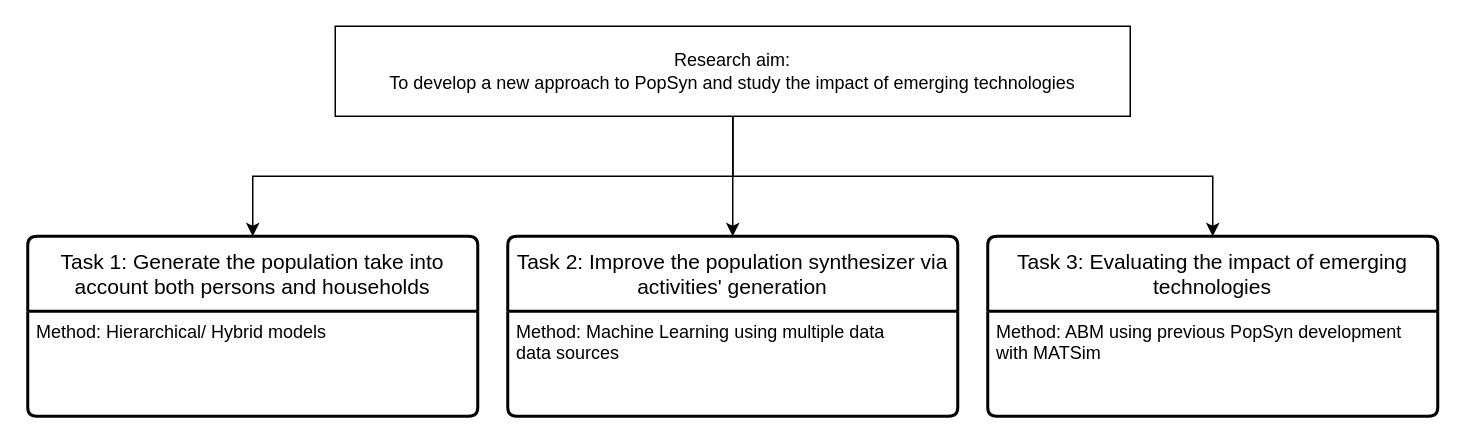
Before: simple_BN_learn/researchaim.drawio in bobkatla/PopSyn_Monash, a draw.io diagram. Source tidied: cells renumbered, new cells numbered last; positions are measured from the earlier drawing's top-left corner, leaving out a move shared by most shapes. Both pictures are drawn from the tidied source at 150%, with x=0, y=0 at pixel (27, 26).
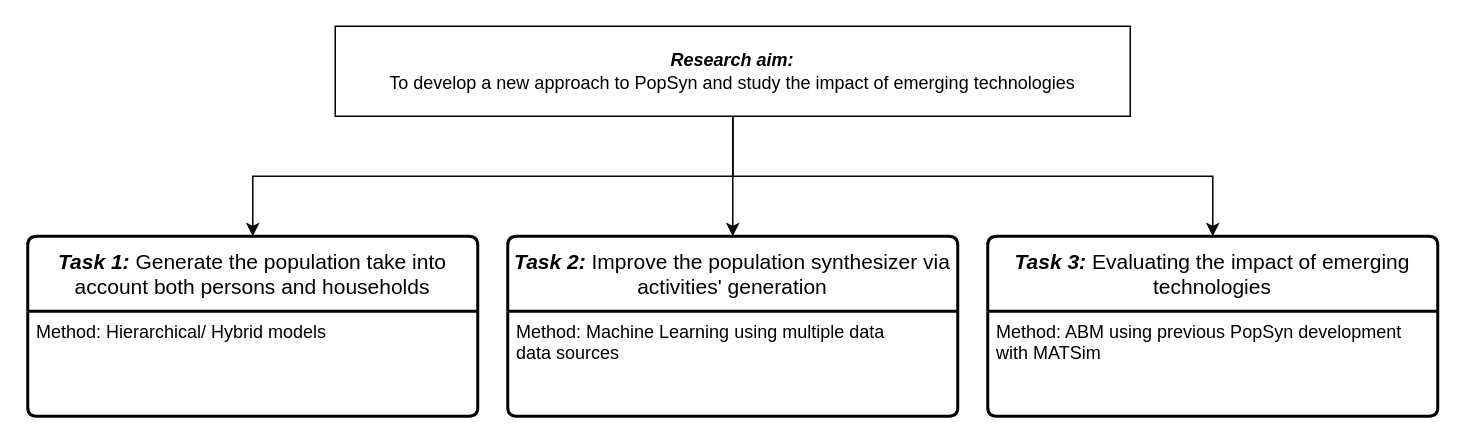
Above is the later version.

Diff of the diagram source:
```diff
@@
 <mxGraphModel>
   <root>
     <mxCell id="0" />
     <mxCell id="1" parent="0" />
     <mxCell id="2" style="edgeStyle=orthogonalEdgeStyle;rounded=0;jettySize=auto;html=1;entryX=0.5;entryY=0;entryDx=0;entryDy=0;" parent="1" edge="1" source="5" target="6">
       <mxGeometry relative="1" as="geometry" />
     </mxCell>
     <mxCell id="3" style="edgeStyle=orthogonalEdgeStyle;rounded=0;jettySize=auto;html=1;entryX=0.5;entryY=0;entryDx=0;entryDy=0;" parent="1" edge="1" source="5" target="8">
       <mxGeometry relative="1" as="geometry" />
     </mxCell>
     <mxCell id="4" style="edgeStyle=orthogonalEdgeStyle;rounded=0;jettySize=auto;html=1;entryX=0.5;entryY=0;entryDx=0;entryDy=0;" parent="1" edge="1" source="5" target="10">
       <mxGeometry relative="1" as="geometry" />
     </mxCell>
-    <mxCell id="5" value="Research aim:&lt;br&gt;To develop a new approach to PopSyn and study the impact of emerging technologies" style="rounded=0;whiteSpace=wrap;html=1;" parent="1" vertex="1">
+    <mxCell id="5" value="&lt;b&gt;&lt;i&gt;Research aim:&lt;/i&gt;&lt;/b&gt;&lt;br&gt;To develop a new approach to PopSyn and study the impact of emerging technologies" style="rounded=0;whiteSpace=wrap;html=1;" parent="1" vertex="1">
       <mxGeometry x="205" width="530" height="60" as="geometry" />
     </mxCell>
-    <mxCell id="6" value="Task 1: Generate the population take into account both persons and households" style="swimlane;horizontal=1;startSize=50;rounded=1;fontSize=14;fontStyle=0;strokeWidth=2;shadow=0;dashed=0;align=center;arcSize=4;whiteSpace=wrap;html=1;" parent="1" vertex="1">
+    <mxCell id="6" value="&lt;b&gt;&lt;i&gt;Task 1:&lt;/i&gt;&lt;/b&gt; Generate the population take into account both persons and households" style="swimlane;horizontal=1;startSize=50;rounded=1;fontSize=14;fontStyle=0;strokeWidth=2;shadow=0;dashed=0;align=center;arcSize=4;whiteSpace=wrap;html=1;" parent="1" vertex="1">
       <mxGeometry y="140" width="300" height="120" as="geometry" />
     </mxCell>
     <mxCell id="7" value="Method: Hierarchical/ Hybrid models" style="align=left;strokeColor=none;fillColor=none;spacingLeft=4;fontSize=12;verticalAlign=top;html=1;" parent="6" vertex="1">
       <mxGeometry y="50" width="300" height="70" as="geometry" />
     </mxCell>
-    <mxCell id="8" value="Task 2: Improve the population synthesizer via activities' generation" style="swimlane;horizontal=1;startSize=50;rounded=1;fontSize=14;fontStyle=0;strokeWidth=2;shadow=0;dashed=0;align=center;arcSize=4;whiteSpace=wrap;html=1;" parent="1" vertex="1">
+    <mxCell id="8" value="&lt;b&gt;&lt;i&gt;Task 2:&lt;/i&gt;&lt;/b&gt; Improve the population synthesizer via activities' generation" style="swimlane;horizontal=1;startSize=50;rounded=1;fontSize=14;fontStyle=0;strokeWidth=2;shadow=0;dashed=0;align=center;arcSize=4;whiteSpace=wrap;html=1;" parent="1" vertex="1">
       <mxGeometry x="320" y="140" width="300" height="120" as="geometry" />
     </mxCell>
     <mxCell id="9" value="Method: Machine Learning using multiple data&lt;br&gt;data sources" style="align=left;strokeColor=none;fillColor=none;spacingLeft=4;fontSize=12;verticalAlign=top;html=1;" parent="8" vertex="1">
       <mxGeometry y="50" width="300" height="70" as="geometry" />
     </mxCell>
-    <mxCell id="10" value="Task 3: Evaluating the impact of emerging technologies" style="swimlane;horizontal=1;startSize=50;rounded=1;fontSize=14;fontStyle=0;strokeWidth=2;shadow=0;dashed=0;align=center;arcSize=4;whiteSpace=wrap;html=1;" parent="1" vertex="1">
+    <mxCell id="10" value="&lt;b&gt;&lt;i&gt;Task 3:&lt;/i&gt;&lt;/b&gt; Evaluating the impact of emerging technologies" style="swimlane;horizontal=1;startSize=50;rounded=1;fontSize=14;fontStyle=0;strokeWidth=2;shadow=0;dashed=0;align=center;arcSize=4;whiteSpace=wrap;html=1;" parent="1" vertex="1">
       <mxGeometry x="640" y="140" width="300" height="120" as="geometry" />
     </mxCell>
     <mxCell id="11" value="Method: ABM using previous PopSyn development&lt;br&gt;with MATSim&amp;nbsp;&amp;nbsp;" style="align=left;strokeColor=none;fillColor=none;spacingLeft=4;fontSize=12;verticalAlign=top;html=1;" parent="10" vertex="1">
       <mxGeometry y="50" width="300" height="70" as="geometry" />
     </mxCell>
   </root>
 </mxGraphModel>
```
